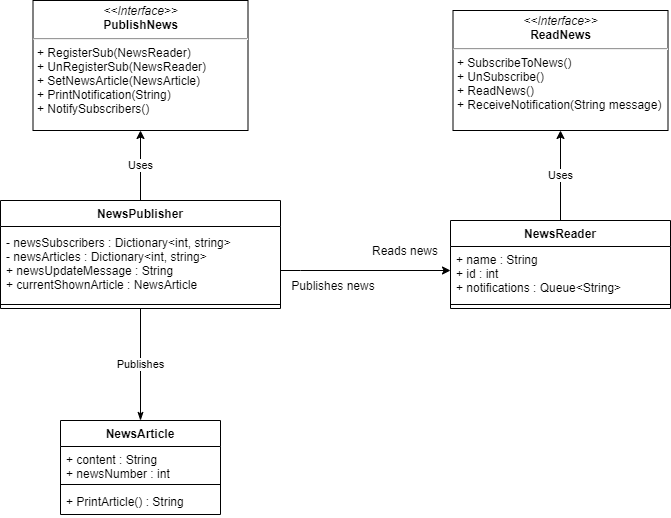
Earlier version of the draw.io export newspublisherr.png (noakishere/NewsPublisher). Source tidied: cells renumbered, new cells last; positions are measured from the earlier drawing's top-left corner, leaving out a move shared by most shapes. Source of this version:
```xml
<mxGraphModel>
  <root>
    <mxCell id="0" />
    <mxCell id="1" parent="0" />
    <mxCell id="2" style="edgeStyle=orthogonalEdgeStyle;rounded=0;jettySize=auto;html=1;" parent="1" edge="1" source="5" target="9">
      <mxGeometry relative="1" as="geometry">
        <Array as="points">
          <mxPoint x="300" y="270" />
          <mxPoint x="300" y="270" />
        </Array>
      </mxGeometry>
    </mxCell>
    <mxCell id="3" value="Uses" style="edgeStyle=orthogonalEdgeStyle;rounded=0;jettySize=auto;html=1;entryX=0.5;entryY=1;entryDx=0;entryDy=0;" parent="1" edge="1" source="5" target="18">
      <mxGeometry relative="1" as="geometry" />
    </mxCell>
    <mxCell id="4" value="Publishes" style="edgeStyle=orthogonalEdgeStyle;rounded=0;jettySize=auto;html=1;entryX=0.5;entryY=0;entryDx=0;entryDy=0;endArrow=classicThin;endFill=1;" parent="1" edge="1" source="5" target="14">
      <mxGeometry relative="1" as="geometry" />
    </mxCell>
    <mxCell id="5" value="NewsPublisher" style="swimlane;fontStyle=1;align=center;verticalAlign=top;horizontal=1;startSize=26;swimlaneLine=1;" parent="1" vertex="1">
      <mxGeometry y="200" width="280" height="108" as="geometry" />
    </mxCell>
    <mxCell id="6" value="- newsSubscribers : Dictionary&lt;int, string&gt;&#10;- newsArticles : Dictionary&lt;int, string&gt;&#10;+ newsUpdateMessage : String&#10;+ currentShownArticle : NewsArticle" style="text;strokeColor=none;fillColor=none;align=left;verticalAlign=middle;spacingLeft=4;spacingRight=4;overflow=hidden;" parent="5" vertex="1">
      <mxGeometry y="26" width="280" height="74" as="geometry" />
    </mxCell>
    <mxCell id="7" style="line;strokeWidth=1;fillColor=none;align=left;verticalAlign=middle;spacingTop=-1;spacingLeft=3;spacingRight=3;labelPosition=right;" parent="5" vertex="1">
      <mxGeometry y="100" width="280" height="8" as="geometry" />
    </mxCell>
    <mxCell id="8" value="Uses" style="edgeStyle=orthogonalEdgeStyle;rounded=0;jettySize=auto;html=1;exitX=0.5;exitY=0;exitDx=0;exitDy=0;entryX=0.5;entryY=1;entryDx=0;entryDy=0;" parent="1" edge="1" source="9" target="19">
      <mxGeometry relative="1" as="geometry" />
    </mxCell>
    <mxCell id="9" value="NewsReader" style="swimlane;fontStyle=1;align=center;verticalAlign=top;horizontal=1;startSize=26;fillColor=#ffffff;html=0;" parent="1" vertex="1">
      <mxGeometry x="450" y="220" width="220" height="88" as="geometry" />
    </mxCell>
    <mxCell id="10" value="+ name : String&#10;+ id : int&#10;+ notifications : Queue&lt;String&gt;" style="text;strokeColor=none;fillColor=none;align=left;verticalAlign=middle;spacingLeft=4;spacingRight=4;overflow=hidden;" parent="9" vertex="1">
      <mxGeometry y="26" width="220" height="54" as="geometry" />
    </mxCell>
    <mxCell id="11" style="line;strokeWidth=1;fillColor=none;align=left;verticalAlign=middle;spacingTop=-1;spacingLeft=3;spacingRight=3;labelPosition=right;" parent="9" vertex="1">
      <mxGeometry y="80" width="220" height="8" as="geometry" />
    </mxCell>
    <mxCell id="12" value="Reads news" style="text;html=1;strokeColor=none;fillColor=none;align=center;verticalAlign=middle;whiteSpace=wrap;rounded=0;labelBackgroundColor=none;" parent="1" vertex="1">
      <mxGeometry x="360" y="240" width="90" height="20" as="geometry" />
    </mxCell>
    <mxCell id="13" value="Publishes news" style="text;html=1;strokeColor=none;fillColor=none;align=center;verticalAlign=middle;whiteSpace=wrap;rounded=0;labelBackgroundColor=none;" parent="1" vertex="1">
      <mxGeometry x="280" y="280" width="106" height="10" as="geometry" />
    </mxCell>
    <mxCell id="14" value="NewsArticle" style="swimlane;fontStyle=1;align=center;verticalAlign=top;horizontal=1;startSize=26;labelBackgroundColor=none;fillColor=#ffffff;html=0;" parent="1" vertex="1">
      <mxGeometry x="60" y="420" width="160" height="94" as="geometry" />
    </mxCell>
    <mxCell id="15" value="+ content : String&#10;+ newsNumber : int" style="text;strokeColor=none;fillColor=none;align=left;verticalAlign=top;spacingLeft=4;spacingRight=4;overflow=hidden;" parent="14" vertex="1">
      <mxGeometry y="26" width="160" height="34" as="geometry" />
    </mxCell>
    <mxCell id="16" style="line;strokeWidth=1;fillColor=none;align=left;verticalAlign=middle;spacingTop=-1;spacingLeft=3;spacingRight=3;labelPosition=right;" parent="14" vertex="1">
      <mxGeometry y="60" width="160" height="8" as="geometry" />
    </mxCell>
    <mxCell id="17" value="+ PrintArticle() : String" style="text;strokeColor=none;fillColor=none;align=left;verticalAlign=top;spacingLeft=4;spacingRight=4;overflow=hidden;" parent="14" vertex="1">
      <mxGeometry y="68" width="160" height="26" as="geometry" />
    </mxCell>
    <mxCell id="18" value="&lt;p style=&quot;margin: 0px ; margin-top: 4px ; text-align: center&quot;&gt;&lt;i&gt;&amp;lt;&amp;lt;Interface&amp;gt;&amp;gt;&lt;/i&gt;&lt;br&gt;&lt;b&gt;PublishNews&lt;/b&gt;&lt;/p&gt;&lt;p style=&quot;margin: 0px ; margin-left: 4px&quot;&gt;&lt;/p&gt;&lt;hr&gt;&lt;p style=&quot;margin: 0px ; margin-left: 4px&quot;&gt;+ RegisterSub(NewsReader&lt;span&gt;)&lt;/span&gt;&lt;/p&gt;&lt;p style=&quot;margin: 0px ; margin-left: 4px&quot;&gt;+ UnRegisterSub(NewsReader)&lt;br style=&quot;padding: 0px ; margin: 0px&quot;&gt;+ SetNewsArticle(NewsArticle)&lt;br style=&quot;padding: 0px ; margin: 0px&quot;&gt;+ PrintNotification(String)&lt;br style=&quot;padding: 0px ; margin: 0px&quot;&gt;+ NotifySubscribers()&lt;br&gt;&lt;/p&gt;" style="verticalAlign=top;align=left;overflow=fill;fontSize=12;fontFamily=Helvetica;html=1;" parent="1" vertex="1">
      <mxGeometry x="32.5" width="215" height="130" as="geometry" />
    </mxCell>
    <mxCell id="19" value="&lt;p style=&quot;margin: 0px ; margin-top: 4px ; text-align: center&quot;&gt;&lt;i&gt;&amp;lt;&amp;lt;Interface&amp;gt;&amp;gt;&lt;/i&gt;&lt;br&gt;&lt;b&gt;ReadNews&lt;/b&gt;&lt;/p&gt;&lt;p style=&quot;margin: 0px ; margin-left: 4px&quot;&gt;&lt;/p&gt;&lt;hr&gt;&lt;p style=&quot;margin: 0px ; margin-left: 4px&quot;&gt;+ SubscribeToNews()&lt;br style=&quot;padding: 0px ; margin: 0px&quot;&gt;+ UnSubscribe()&lt;br style=&quot;padding: 0px ; margin: 0px&quot;&gt;+ ReadNews()&lt;br style=&quot;padding: 0px ; margin: 0px&quot;&gt;+ ReceiveNotification(String message)&lt;br&gt;&lt;/p&gt;" style="verticalAlign=top;align=left;overflow=fill;fontSize=12;fontFamily=Helvetica;html=1;" parent="1" vertex="1">
      <mxGeometry x="452.5" y="10" width="215" height="120" as="geometry" />
    </mxCell>
  </root>
</mxGraphModel>
```
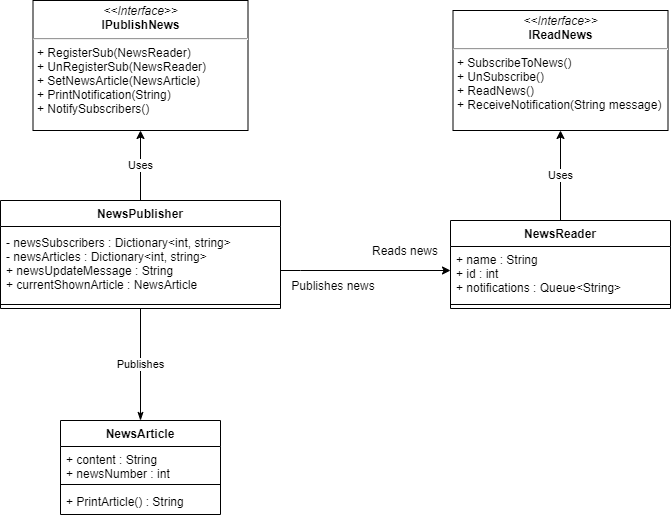
The same diagram one commit later.

Diff of the diagram source:
```diff
@@ -55,10 +55,10 @@
     <mxCell id="17" value="+ PrintArticle() : String" style="text;strokeColor=none;fillColor=none;align=left;verticalAlign=top;spacingLeft=4;spacingRight=4;overflow=hidden;" parent="14" vertex="1">
       <mxGeometry y="68" width="160" height="26" as="geometry" />
     </mxCell>
-    <mxCell id="18" value="&lt;p style=&quot;margin: 0px ; margin-top: 4px ; text-align: center&quot;&gt;&lt;i&gt;&amp;lt;&amp;lt;Interface&amp;gt;&amp;gt;&lt;/i&gt;&lt;br&gt;&lt;b&gt;PublishNews&lt;/b&gt;&lt;/p&gt;&lt;p style=&quot;margin: 0px ; margin-left: 4px&quot;&gt;&lt;/p&gt;&lt;hr&gt;&lt;p style=&quot;margin: 0px ; margin-left: 4px&quot;&gt;+ RegisterSub(NewsReader&lt;span&gt;)&lt;/span&gt;&lt;/p&gt;&lt;p style=&quot;margin: 0px ; margin-left: 4px&quot;&gt;+ UnRegisterSub(NewsReader)&lt;br style=&quot;padding: 0px ; margin: 0px&quot;&gt;+ SetNewsArticle(NewsArticle)&lt;br style=&quot;padding: 0px ; margin: 0px&quot;&gt;+ PrintNotification(String)&lt;br style=&quot;padding: 0px ; margin: 0px&quot;&gt;+ NotifySubscribers()&lt;br&gt;&lt;/p&gt;" style="verticalAlign=top;align=left;overflow=fill;fontSize=12;fontFamily=Helvetica;html=1;" parent="1" vertex="1">
+    <mxCell id="18" value="&lt;p style=&quot;margin: 0px ; margin-top: 4px ; text-align: center&quot;&gt;&lt;i&gt;&amp;lt;&amp;lt;Interface&amp;gt;&amp;gt;&lt;/i&gt;&lt;br&gt;&lt;b&gt;IPublishNews&lt;/b&gt;&lt;/p&gt;&lt;p style=&quot;margin: 0px ; margin-left: 4px&quot;&gt;&lt;/p&gt;&lt;hr&gt;&lt;p style=&quot;margin: 0px ; margin-left: 4px&quot;&gt;+ RegisterSub(NewsReader&lt;span&gt;)&lt;/span&gt;&lt;/p&gt;&lt;p style=&quot;margin: 0px ; margin-left: 4px&quot;&gt;+ UnRegisterSub(NewsReader)&lt;br style=&quot;padding: 0px ; margin: 0px&quot;&gt;+ SetNewsArticle(NewsArticle)&lt;br style=&quot;padding: 0px ; margin: 0px&quot;&gt;+ PrintNotification(String)&lt;br style=&quot;padding: 0px ; margin: 0px&quot;&gt;+ NotifySubscribers()&lt;br&gt;&lt;/p&gt;" style="verticalAlign=top;align=left;overflow=fill;fontSize=12;fontFamily=Helvetica;html=1;" parent="1" vertex="1">
       <mxGeometry x="32.5" width="215" height="130" as="geometry" />
     </mxCell>
-    <mxCell id="19" value="&lt;p style=&quot;margin: 0px ; margin-top: 4px ; text-align: center&quot;&gt;&lt;i&gt;&amp;lt;&amp;lt;Interface&amp;gt;&amp;gt;&lt;/i&gt;&lt;br&gt;&lt;b&gt;ReadNews&lt;/b&gt;&lt;/p&gt;&lt;p style=&quot;margin: 0px ; margin-left: 4px&quot;&gt;&lt;/p&gt;&lt;hr&gt;&lt;p style=&quot;margin: 0px ; margin-left: 4px&quot;&gt;+ SubscribeToNews()&lt;br style=&quot;padding: 0px ; margin: 0px&quot;&gt;+ UnSubscribe()&lt;br style=&quot;padding: 0px ; margin: 0px&quot;&gt;+ ReadNews()&lt;br style=&quot;padding: 0px ; margin: 0px&quot;&gt;+ ReceiveNotification(String message)&lt;br&gt;&lt;/p&gt;" style="verticalAlign=top;align=left;overflow=fill;fontSize=12;fontFamily=Helvetica;html=1;" parent="1" vertex="1">
+    <mxCell id="19" value="&lt;p style=&quot;margin: 0px ; margin-top: 4px ; text-align: center&quot;&gt;&lt;i&gt;&amp;lt;&amp;lt;Interface&amp;gt;&amp;gt;&lt;/i&gt;&lt;br&gt;&lt;b&gt;IReadNews&lt;/b&gt;&lt;/p&gt;&lt;p style=&quot;margin: 0px ; margin-left: 4px&quot;&gt;&lt;/p&gt;&lt;hr&gt;&lt;p style=&quot;margin: 0px ; margin-left: 4px&quot;&gt;+ SubscribeToNews()&lt;br style=&quot;padding: 0px ; margin: 0px&quot;&gt;+ UnSubscribe()&lt;br style=&quot;padding: 0px ; margin: 0px&quot;&gt;+ ReadNews()&lt;br style=&quot;padding: 0px ; margin: 0px&quot;&gt;+ ReceiveNotification(String message)&lt;br&gt;&lt;/p&gt;" style="verticalAlign=top;align=left;overflow=fill;fontSize=12;fontFamily=Helvetica;html=1;" parent="1" vertex="1">
       <mxGeometry x="452.5" y="10" width="215" height="120" as="geometry" />
     </mxCell>
   </root>
```
